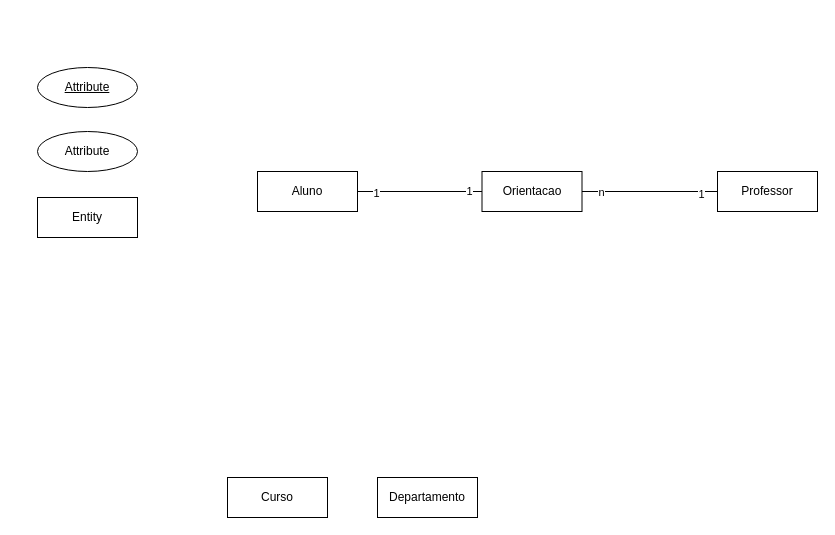
Above: Diagramas/Diagrama exercicio.drawio in bruniculos08/BAN1002 (draw.io), before the change. Source tidied: cells renumbered, new cells numbered last; positions are measured from the earlier drawing's top-left corner, leaving out a move shared by most shapes. Both pictures are drawn from the tidied source at 100%, with x=0, y=0 at pixel (37, 67).
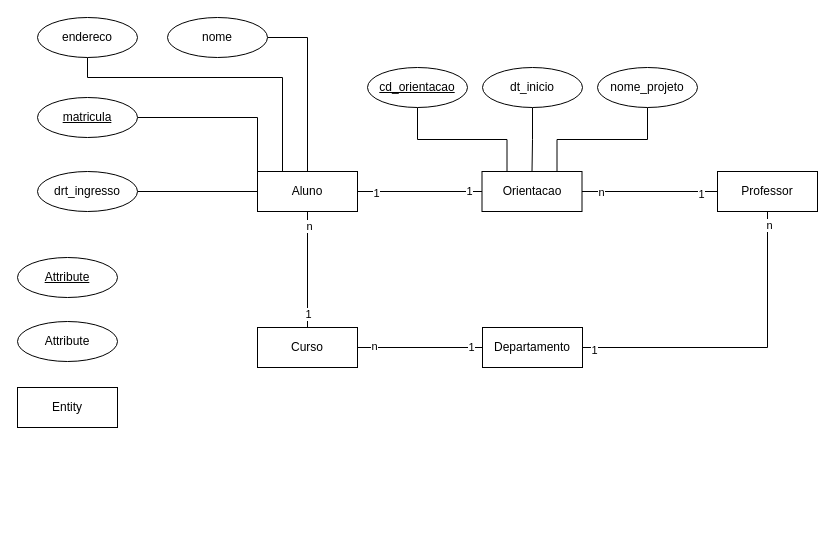
After the change.

Unchanged cells that the change refers to:
```xml
<mxCell id="5" value="Aluno" style="whiteSpace=wrap;html=1;align=center;" parent="1" vertex="1">
  <mxGeometry x="220" y="104" width="100" height="40" as="geometry" />
</mxCell>
<mxCell id="11" value="Orientacao" style="whiteSpace=wrap;html=1;align=center;" parent="1" vertex="1">
  <mxGeometry x="444.5" y="104" width="100" height="40" as="geometry" />
</mxCell>
<mxCell id="12" value="Professor" style="whiteSpace=wrap;html=1;align=center;" parent="1" vertex="1">
  <mxGeometry x="680" y="104" width="100" height="40" as="geometry" />
</mxCell>
```

The edit, as a diff of the source:
```diff
@@
+    <mxCell id="16" style="edgeStyle=orthogonalEdgeStyle;rounded=0;jettySize=auto;html=1;exitX=0.5;exitY=1;exitDx=0;exitDy=0;entryX=0.5;entryY=0;entryDx=0;entryDy=0;endArrow=none;endFill=0;" parent="1" edge="1" source="5" target="14">
+      <mxGeometry relative="1" as="geometry" />
+    </mxCell>
+    <mxCell id="17" value="n" style="edgeLabel;html=1;align=center;verticalAlign=middle;" parent="16" vertex="1">
+      <mxGeometry x="-0.76" y="1" relative="1" as="geometry" />
+    </mxCell>
+    <mxCell id="18" value="1" style="edgeLabel;html=1;align=center;verticalAlign=middle;" parent="16" vertex="1">
+      <mxGeometry x="0.76" relative="1" as="geometry" />
+    </mxCell>
+    <mxCell id="19" style="edgeStyle=orthogonalEdgeStyle;rounded=0;jettySize=auto;html=1;exitX=0.5;exitY=0;exitDx=0;exitDy=0;entryX=1;entryY=0.5;entryDx=0;entryDy=0;endArrow=none;endFill=0;" parent="1" edge="1" source="5" target="36">
+      <mxGeometry relative="1" as="geometry" />
+    </mxCell>
+    <mxCell id="20" style="edgeStyle=orthogonalEdgeStyle;rounded=0;jettySize=auto;html=1;exitX=0.25;exitY=0;exitDx=0;exitDy=0;entryX=0.5;entryY=1;entryDx=0;entryDy=0;endArrow=none;endFill=0;" parent="1" edge="1" source="5" target="37">
+      <mxGeometry relative="1" as="geometry">
+        <Array as="points">
+          <mxPoint x="245" y="10" />
+          <mxPoint x="50" y="10" />
+        </Array>
+      </mxGeometry>
+    </mxCell>
+    <mxCell id="21" style="edgeStyle=orthogonalEdgeStyle;rounded=0;jettySize=auto;html=1;exitX=0;exitY=0;exitDx=0;exitDy=0;entryX=1;entryY=0.5;entryDx=0;entryDy=0;endArrow=none;endFill=0;" parent="1" edge="1" source="5" target="35">
+      <mxGeometry relative="1" as="geometry" />
+    </mxCell>
+    <mxCell id="22" style="edgeStyle=orthogonalEdgeStyle;rounded=0;jettySize=auto;html=1;exitX=0;exitY=0.5;exitDx=0;exitDy=0;entryX=1;entryY=0.5;entryDx=0;entryDy=0;endArrow=none;endFill=0;" parent="1" edge="1" source="5" target="38">
+      <mxGeometry relative="1" as="geometry" />
+    </mxCell>
@@
     <mxCell id="6" value="Attribute" style="ellipse;whiteSpace=wrap;html=1;align=center;" parent="1" vertex="1">
-      <mxGeometry y="64" width="100" height="40" as="geometry" />
+      <mxGeometry x="-20" y="254" width="100" height="40" as="geometry" />
     </mxCell>
     <mxCell id="7" value="Attribute" style="ellipse;whiteSpace=wrap;html=1;align=center;fontStyle=4;" parent="1" vertex="1">
-      <mxGeometry width="100" height="40" as="geometry" />
+      <mxGeometry x="-20" y="190" width="100" height="40" as="geometry" />
     </mxCell>
@@
     <mxCell id="13" value="Entity" style="whiteSpace=wrap;html=1;align=center;" parent="1" vertex="1">
-      <mxGeometry y="130" width="100" height="40" as="geometry" />
+      <mxGeometry x="-20" y="320" width="100" height="40" as="geometry" />
     </mxCell>
+    <mxCell id="23" style="edgeStyle=orthogonalEdgeStyle;rounded=0;jettySize=auto;html=1;exitX=1;exitY=0.5;exitDx=0;exitDy=0;entryX=0;entryY=0.5;entryDx=0;entryDy=0;endArrow=none;endFill=0;" parent="1" edge="1" source="14" target="15">
+      <mxGeometry relative="1" as="geometry" />
+    </mxCell>
+    <mxCell id="24" value="n" style="edgeLabel;html=1;align=center;verticalAlign=middle;" parent="23" vertex="1">
+      <mxGeometry x="-0.74" y="2" relative="1" as="geometry" />
+    </mxCell>
+    <mxCell id="25" value="1" style="edgeLabel;html=1;align=center;verticalAlign=middle;" parent="23" vertex="1">
+      <mxGeometry x="0.81" y="1" relative="1" as="geometry" />
+    </mxCell>
     <mxCell id="14" value="Curso" style="whiteSpace=wrap;html=1;align=center;" parent="1" vertex="1">
-      <mxGeometry x="190" y="410" width="100" height="40" as="geometry" />
+      <mxGeometry x="220" y="260" width="100" height="40" as="geometry" />
     </mxCell>
+    <mxCell id="26" style="edgeStyle=orthogonalEdgeStyle;rounded=0;jettySize=auto;html=1;exitX=1;exitY=0.5;exitDx=0;exitDy=0;entryX=0.5;entryY=1;entryDx=0;entryDy=0;endArrow=none;endFill=0;" parent="1" edge="1" source="15" target="12">
+      <mxGeometry relative="1" as="geometry" />
+    </mxCell>
+    <mxCell id="27" value="1" style="edgeLabel;html=1;align=center;verticalAlign=middle;" parent="26" vertex="1">
+      <mxGeometry x="-0.93" y="-2" relative="1" as="geometry" />
+    </mxCell>
+    <mxCell id="28" value="n" style="edgeLabel;html=1;align=center;verticalAlign=middle;" parent="26" vertex="1">
+      <mxGeometry x="0.92" y="-1" relative="1" as="geometry" />
+    </mxCell>
     <mxCell id="15" value="Departamento" style="whiteSpace=wrap;html=1;align=center;" parent="1" vertex="1">
-      <mxGeometry x="340" y="410" width="100" height="40" as="geometry" />
+      <mxGeometry x="445" y="260" width="100" height="40" as="geometry" />
     </mxCell>
+    <mxCell id="29" style="edgeStyle=orthogonalEdgeStyle;rounded=0;jettySize=auto;html=1;exitX=0.5;exitY=1;exitDx=0;exitDy=0;entryX=0.25;entryY=0;entryDx=0;entryDy=0;endArrow=none;endFill=0;" parent="1" edge="1" source="30" target="11">
+      <mxGeometry relative="1" as="geometry" />
+    </mxCell>
+    <mxCell id="30" value="cd_orientacao" style="ellipse;whiteSpace=wrap;html=1;align=center;fontStyle=4;" parent="1" vertex="1">
+      <mxGeometry x="330" width="100" height="40" as="geometry" />
+    </mxCell>
+    <mxCell id="31" style="edgeStyle=orthogonalEdgeStyle;rounded=0;jettySize=auto;html=1;exitX=0.5;exitY=1;exitDx=0;exitDy=0;entryX=0.75;entryY=0;entryDx=0;entryDy=0;endArrow=none;endFill=0;" parent="1" edge="1" source="32" target="11">
+      <mxGeometry relative="1" as="geometry" />
+    </mxCell>
+    <mxCell id="32" value="nome_projeto" style="ellipse;whiteSpace=wrap;html=1;align=center;" parent="1" vertex="1">
+      <mxGeometry x="560" width="100" height="40" as="geometry" />
+    </mxCell>
+    <mxCell id="33" style="edgeStyle=orthogonalEdgeStyle;rounded=0;jettySize=auto;html=1;exitX=0.5;exitY=1;exitDx=0;exitDy=0;entryX=0.5;entryY=0;entryDx=0;entryDy=0;endArrow=none;endFill=0;" parent="1" edge="1" source="34" target="11">
+      <mxGeometry relative="1" as="geometry" />
+    </mxCell>
+    <mxCell id="34" value="dt_inicio" style="ellipse;whiteSpace=wrap;html=1;align=center;" parent="1" vertex="1">
+      <mxGeometry x="445" width="100" height="40" as="geometry" />
+    </mxCell>
+    <mxCell id="35" value="matricula" style="ellipse;whiteSpace=wrap;html=1;align=center;fontStyle=4;" parent="1" vertex="1">
+      <mxGeometry y="30" width="100" height="40" as="geometry" />
+    </mxCell>
+    <mxCell id="36" value="nome" style="ellipse;whiteSpace=wrap;html=1;align=center;" parent="1" vertex="1">
+      <mxGeometry x="130" y="-50" width="100" height="40" as="geometry" />
+    </mxCell>
+    <mxCell id="37" value="endereco" style="ellipse;whiteSpace=wrap;html=1;align=center;" parent="1" vertex="1">
+      <mxGeometry y="-50" width="100" height="40" as="geometry" />
+    </mxCell>
+    <mxCell id="38" value="drt_ingresso" style="ellipse;whiteSpace=wrap;html=1;align=center;" parent="1" vertex="1">
+      <mxGeometry y="104" width="100" height="40" as="geometry" />
+    </mxCell>
```
